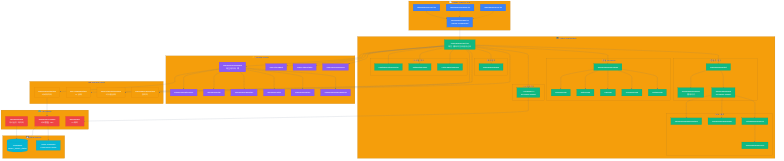
Before: docs/architecture/system/dashboard-architecture.png, a diagram exported from Mermaid (skyasu2/openmanager-vibe-v5). Its source is kept beside it as docs/architecture/system/dashboard-architecture.mmd.
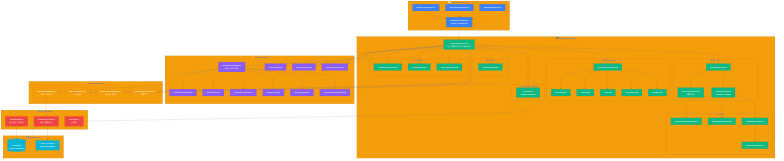
The same file after the commit.

Commit message:
chore: 프로젝트 정리 및 아키텍처 다이어그램 개선

The edit, as a diff of the source:
```diff
@@ -36,8 +36,8 @@
             NetworkTab["NetworkTab"]
         end
 
-        subgraph AISidebar["AI 사이드바"]
-            AISidebarV4["AISidebarV4<br/>(Dynamic Import)"]
+        subgraph AISidebar["AI 사이드바 (Unified)"]
+            AISidebarV4["AISidebarV4<br/>(Unified Interface)"]
         end
 
         subgraph SystemControls["시스템 제어"]
@@ -73,10 +73,10 @@
         AIAPI["/api/ai/query<br/>AI 쿼리"]
     end
 
-    subgraph DataSources["💾 Data Sources"]
-        Supabase[(Supabase<br/>hourly_server_states)]
-        MockData["Mock Providers<br/>(AWS/GCP/Azure)"]
-    end
+        subgraph DataSources["💾 Data Sources"]
+            Supabase[(Supabase<br/>Primary Database)]
+            MockData["Mock Providers<br/>(Testing/Fallback)"]
+        end
 
     Page --> DashboardClient
     Layout --> Page
```
